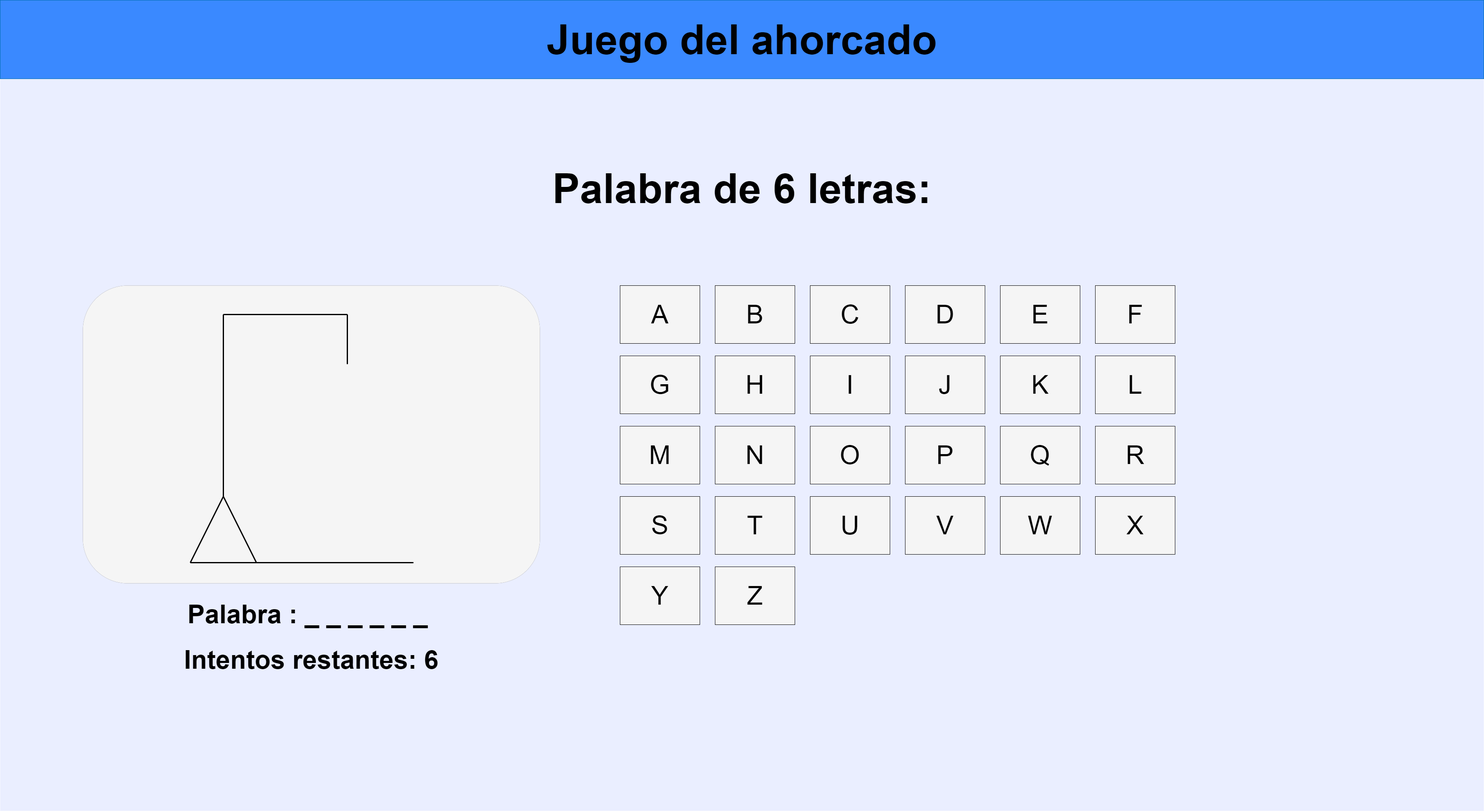
Above: images/mokup.drawio.png in nexphernandez/Ahorcado (draw.io), before the change. Source tidied: cells renumbered, new cells last; positions are measured from the earlier drawing's top-left corner, leaving out a move shared by most shapes. The source it was exported from:
```xml
<mxGraphModel>
  <root>
    <mxCell id="0" />
    <mxCell id="1" parent="0" />
    <mxCell id="2" style="group;fillColor=#EAEEFF;strokeColor=none;fillStyle=auto;gradientColor=none;gradientDirection=east;" parent="1" vertex="1">
      <mxGeometry width="3590" height="1960" as="geometry" />
    </mxCell>
    <mxCell id="3" style="rounded=0;whiteSpace=wrap;html=1;fillColor=#3A89FF;strokeColor=#006EAF;fontColor=#ffffff;" parent="2" vertex="1">
      <mxGeometry width="3590" height="190" as="geometry" />
    </mxCell>
    <mxCell id="4" style="group;" parent="2" vertex="1">
      <mxGeometry x="200" y="690" width="1106" height="720" as="geometry" />
    </mxCell>
    <mxCell id="5" style="rounded=1;whiteSpace=wrap;html=1;strokeWidth=0;fillColor=#f5f5f5;strokeColor=#666666;fontColor=#333333;" parent="4" vertex="1">
      <mxGeometry width="1106" height="720" as="geometry" />
    </mxCell>
    <mxCell id="6" style="group;" parent="4" vertex="1">
      <mxGeometry x="260" y="70" width="540" height="600" as="geometry" />
    </mxCell>
    <mxCell id="7" style="endArrow=none;html=1;rounded=0;strokeWidth=3;" parent="6" edge="1">
      <mxGeometry relative="1" as="geometry">
        <mxPoint y="600" as="sourcePoint" />
        <mxPoint x="540" y="600" as="targetPoint" />
      </mxGeometry>
    </mxCell>
    <mxCell id="8" style="endArrow=none;html=1;rounded=0;strokeWidth=3;" parent="6" edge="1">
      <mxGeometry relative="1" as="geometry">
        <mxPoint y="600" as="sourcePoint" />
        <mxPoint x="80" y="440" as="targetPoint" />
      </mxGeometry>
    </mxCell>
    <mxCell id="9" style="endArrow=none;html=1;rounded=0;strokeWidth=3;" parent="6" edge="1">
      <mxGeometry relative="1" as="geometry">
        <mxPoint x="160" y="600" as="sourcePoint" />
        <mxPoint x="80" y="440" as="targetPoint" />
      </mxGeometry>
    </mxCell>
    <mxCell id="10" style="endArrow=none;html=1;rounded=0;strokeWidth=3;" parent="6" edge="1">
      <mxGeometry relative="1" as="geometry">
        <mxPoint x="80" y="440" as="sourcePoint" />
        <mxPoint x="80" as="targetPoint" />
      </mxGeometry>
    </mxCell>
    <mxCell id="11" style="endArrow=none;html=1;rounded=0;strokeWidth=3;" parent="6" edge="1">
      <mxGeometry relative="1" as="geometry">
        <mxPoint x="80" as="sourcePoint" />
        <mxPoint x="380" as="targetPoint" />
      </mxGeometry>
    </mxCell>
    <mxCell id="12" style="endArrow=none;html=1;rounded=0;strokeWidth=3;" parent="6" edge="1">
      <mxGeometry relative="1" as="geometry">
        <mxPoint x="380" y="120" as="sourcePoint" />
        <mxPoint x="380" as="targetPoint" />
      </mxGeometry>
    </mxCell>
    <mxCell id="13" style="group;" parent="2" vertex="1">
      <mxGeometry x="1500" y="690" width="1930" height="1130" as="geometry" />
    </mxCell>
    <mxCell id="14" style="group;" parent="13" vertex="1">
      <mxGeometry width="1930" height="1130" as="geometry" />
    </mxCell>
    <mxCell id="15" value="&lt;font style=&quot;font-size: 63px;&quot;&gt;A&lt;/font&gt;" style="rounded=0;whiteSpace=wrap;html=1;fillColor=#F5F5F5;" parent="14" vertex="1">
      <mxGeometry width="193" height="140" as="geometry" />
    </mxCell>
    <mxCell id="16" value="&lt;font style=&quot;font-size: 63px;&quot;&gt;B&lt;/font&gt;" style="rounded=0;whiteSpace=wrap;html=1;fillColor=#F5F5F5;" parent="14" vertex="1">
      <mxGeometry x="230" width="193" height="140" as="geometry" />
    </mxCell>
    <mxCell id="17" value="&lt;font style=&quot;font-size: 63px;&quot;&gt;C&lt;/font&gt;" style="rounded=0;whiteSpace=wrap;html=1;fillColor=#F5F5F5;" parent="14" vertex="1">
      <mxGeometry x="460" width="193" height="140" as="geometry" />
    </mxCell>
    <mxCell id="18" value="&lt;font style=&quot;font-size: 63px;&quot;&gt;D&lt;/font&gt;" style="rounded=0;whiteSpace=wrap;html=1;fillColor=#F5F5F5;" parent="14" vertex="1">
      <mxGeometry x="690" width="193" height="140" as="geometry" />
    </mxCell>
    <mxCell id="19" value="&lt;font style=&quot;font-size: 63px;&quot;&gt;E&lt;/font&gt;" style="rounded=0;whiteSpace=wrap;html=1;fillColor=#F5F5F5;" parent="14" vertex="1">
      <mxGeometry x="920" width="193" height="140" as="geometry" />
    </mxCell>
    <mxCell id="20" value="&lt;font style=&quot;font-size: 63px;&quot;&gt;F&lt;/font&gt;" style="rounded=0;whiteSpace=wrap;html=1;fillColor=#F5F5F5;" parent="14" vertex="1">
      <mxGeometry x="1150" width="193" height="140" as="geometry" />
    </mxCell>
    <mxCell id="21" value="&lt;font style=&quot;font-size: 63px;&quot;&gt;G&lt;/font&gt;" style="rounded=0;whiteSpace=wrap;html=1;fillColor=#F5F5F5;" parent="14" vertex="1">
      <mxGeometry y="170" width="193" height="140" as="geometry" />
    </mxCell>
    <mxCell id="22" value="&lt;font style=&quot;font-size: 63px;&quot;&gt;H&lt;/font&gt;" style="rounded=0;whiteSpace=wrap;html=1;fillColor=#F5F5F5;" parent="14" vertex="1">
      <mxGeometry x="230" y="170" width="193" height="140" as="geometry" />
    </mxCell>
    <mxCell id="23" value="&lt;font style=&quot;font-size: 63px;&quot;&gt;I&lt;/font&gt;" style="rounded=0;whiteSpace=wrap;html=1;fillColor=#F5F5F5;" parent="14" vertex="1">
      <mxGeometry x="460" y="170" width="193" height="140" as="geometry" />
    </mxCell>
    <mxCell id="24" value="&lt;font style=&quot;font-size: 63px;&quot;&gt;J&lt;/font&gt;" style="rounded=0;whiteSpace=wrap;html=1;fillColor=#F5F5F5;" parent="14" vertex="1">
      <mxGeometry x="690" y="170" width="193" height="140" as="geometry" />
    </mxCell>
    <mxCell id="25" value="&lt;font style=&quot;font-size: 63px;&quot;&gt;K&lt;/font&gt;" style="rounded=0;whiteSpace=wrap;html=1;fillColor=#F5F5F5;" parent="14" vertex="1">
      <mxGeometry x="920" y="170" width="193" height="140" as="geometry" />
    </mxCell>
    <mxCell id="26" value="&lt;font style=&quot;font-size: 63px;&quot;&gt;L&lt;/font&gt;" style="rounded=0;whiteSpace=wrap;html=1;fillColor=#F5F5F5;" parent="14" vertex="1">
      <mxGeometry x="1150" y="170" width="193" height="140" as="geometry" />
    </mxCell>
    <mxCell id="27" value="&lt;font style=&quot;font-size: 63px;&quot;&gt;M&lt;/font&gt;" style="rounded=0;whiteSpace=wrap;html=1;fillColor=#F5F5F5;" parent="14" vertex="1">
      <mxGeometry y="340" width="193" height="140" as="geometry" />
    </mxCell>
    <mxCell id="28" value="&lt;font style=&quot;font-size: 63px;&quot;&gt;N&lt;/font&gt;" style="rounded=0;whiteSpace=wrap;html=1;fillColor=#F5F5F5;" parent="14" vertex="1">
      <mxGeometry x="230" y="340" width="193" height="140" as="geometry" />
    </mxCell>
    <mxCell id="29" value="&lt;font style=&quot;font-size: 63px;&quot;&gt;O&lt;/font&gt;" style="rounded=0;whiteSpace=wrap;html=1;fillColor=#F5F5F5;" parent="14" vertex="1">
      <mxGeometry x="460" y="340" width="193" height="140" as="geometry" />
    </mxCell>
    <mxCell id="30" value="&lt;font style=&quot;font-size: 63px;&quot;&gt;P&lt;/font&gt;" style="rounded=0;whiteSpace=wrap;html=1;fillColor=#F5F5F5;" parent="14" vertex="1">
      <mxGeometry x="690" y="340" width="193" height="140" as="geometry" />
    </mxCell>
    <mxCell id="31" value="&lt;font style=&quot;font-size: 63px;&quot;&gt;Q&lt;/font&gt;" style="rounded=0;whiteSpace=wrap;html=1;fillColor=#F5F5F5;" parent="14" vertex="1">
      <mxGeometry x="920" y="340" width="193" height="140" as="geometry" />
    </mxCell>
    <mxCell id="32" value="&lt;font style=&quot;font-size: 63px;&quot;&gt;R&lt;/font&gt;" style="rounded=0;whiteSpace=wrap;html=1;fillColor=#F5F5F5;" parent="14" vertex="1">
      <mxGeometry x="1150" y="340" width="193" height="140" as="geometry" />
    </mxCell>
    <mxCell id="33" value="&lt;font style=&quot;font-size: 63px;&quot;&gt;S&lt;/font&gt;" style="rounded=0;whiteSpace=wrap;html=1;fillColor=#F5F5F5;" parent="14" vertex="1">
      <mxGeometry y="510" width="193" height="140" as="geometry" />
    </mxCell>
    <mxCell id="34" value="&lt;font style=&quot;font-size: 63px;&quot;&gt;T&lt;/font&gt;" style="rounded=0;whiteSpace=wrap;html=1;fillColor=#F5F5F5;" parent="14" vertex="1">
      <mxGeometry x="230" y="510" width="193" height="140" as="geometry" />
    </mxCell>
    <mxCell id="35" value="&lt;font style=&quot;font-size: 63px;&quot;&gt;U&lt;/font&gt;" style="rounded=0;whiteSpace=wrap;html=1;fillColor=#F5F5F5;" parent="14" vertex="1">
      <mxGeometry x="460" y="510" width="193" height="140" as="geometry" />
    </mxCell>
    <mxCell id="36" value="&lt;font style=&quot;font-size: 63px;&quot;&gt;V&lt;/font&gt;" style="rounded=0;whiteSpace=wrap;html=1;fillColor=#F5F5F5;" parent="14" vertex="1">
      <mxGeometry x="690" y="510" width="193" height="140" as="geometry" />
    </mxCell>
    <mxCell id="37" value="&lt;font style=&quot;font-size: 63px;&quot;&gt;W&lt;/font&gt;" style="rounded=0;whiteSpace=wrap;html=1;fillColor=#F5F5F5;" parent="14" vertex="1">
      <mxGeometry x="920" y="510" width="193" height="140" as="geometry" />
    </mxCell>
    <mxCell id="38" value="&lt;font style=&quot;font-size: 63px;&quot;&gt;X&lt;/font&gt;" style="rounded=0;whiteSpace=wrap;html=1;fillColor=#F5F5F5;" parent="14" vertex="1">
      <mxGeometry x="1150" y="510" width="193" height="140" as="geometry" />
    </mxCell>
    <mxCell id="39" value="&lt;div style=&quot;text-align: start;&quot;&gt;&lt;span style=&quot;background-color: transparent; color: rgb(0, 0, 0); text-wrap: nowrap;&quot;&gt;&lt;font face=&quot;Helvetica&quot;&gt;Z&lt;/font&gt;&lt;/span&gt;&lt;/div&gt;" style="rounded=0;whiteSpace=wrap;html=1;fillColor=#F5F5F5;fontSize=63;" parent="14" vertex="1">
      <mxGeometry x="230" y="680" width="193" height="140" as="geometry" />
    </mxCell>
    <mxCell id="40" value="&lt;font style=&quot;font-size: 63px;&quot;&gt;Y&lt;/font&gt;" style="rounded=0;whiteSpace=wrap;html=1;fillColor=#F5F5F5;" parent="13" vertex="1">
      <mxGeometry y="680" width="193" height="140" as="geometry" />
    </mxCell>
    <mxCell id="41" value="&lt;font style=&quot;font-size: 63px;&quot;&gt;&lt;b&gt;Palabra : _ _ _ _ _ _&amp;nbsp;&lt;/b&gt;&lt;/font&gt;" style="text;html=1;align=center;verticalAlign=middle;whiteSpace=wrap;rounded=0;" parent="2" vertex="1">
      <mxGeometry x="153" y="1410" width="1200" height="150" as="geometry" />
    </mxCell>
    <mxCell id="42" value="&lt;font style=&quot;font-size: 63px;&quot;&gt;&lt;b&gt;Intentos restantes: 6&lt;/b&gt;&lt;/font&gt;" style="text;html=1;align=center;verticalAlign=middle;whiteSpace=wrap;rounded=0;" parent="2" vertex="1">
      <mxGeometry x="153" y="1520" width="1200" height="150" as="geometry" />
    </mxCell>
    <mxCell id="43" value="&lt;font style=&quot;font-size: 100px;&quot;&gt;&lt;b&gt;Juego del ahorcado&lt;/b&gt;&lt;/font&gt;" style="text;html=1;align=center;verticalAlign=middle;whiteSpace=wrap;rounded=0;" parent="2" vertex="1">
      <mxGeometry x="1195" y="20" width="1200" height="150" as="geometry" />
    </mxCell>
    <mxCell id="44" value="&lt;font style=&quot;font-size: 100px;&quot;&gt;&lt;b&gt;Palabra de 6 letras:&lt;/b&gt;&lt;/font&gt;" style="text;html=1;align=center;verticalAlign=middle;whiteSpace=wrap;rounded=0;" parent="2" vertex="1">
      <mxGeometry x="1195" y="380" width="1200" height="150" as="geometry" />
    </mxCell>
  </root>
</mxGraphModel>
```
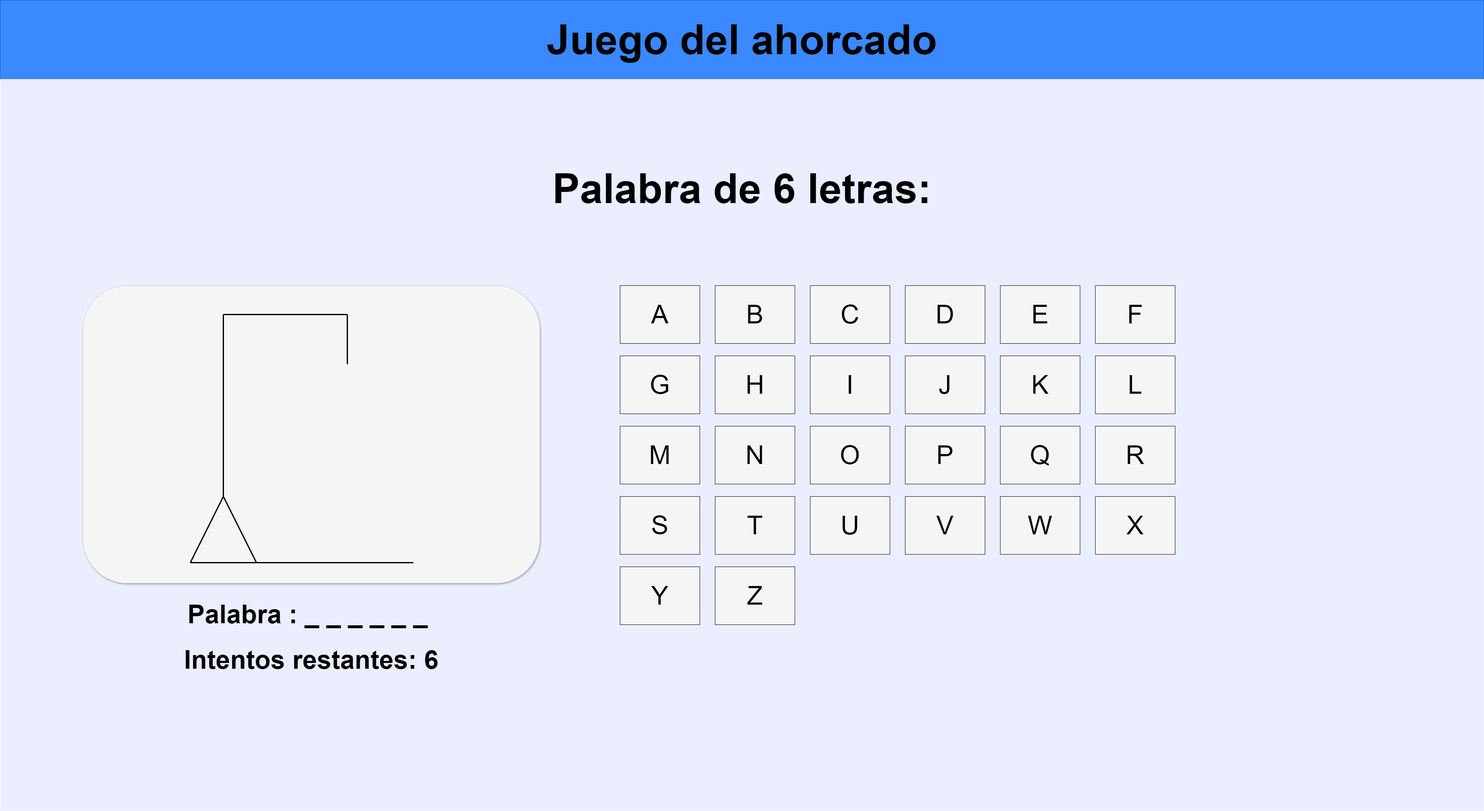
Above is the later version.

Change to the diagram source:
```diff
@@ -11,7 +11,7 @@
     <mxCell id="4" style="group;" parent="2" vertex="1">
       <mxGeometry x="200" y="690" width="1106" height="720" as="geometry" />
     </mxCell>
-    <mxCell id="5" style="rounded=1;whiteSpace=wrap;html=1;strokeWidth=0;fillColor=#f5f5f5;strokeColor=#666666;fontColor=#333333;" parent="4" vertex="1">
+    <mxCell id="5" style="rounded=1;whiteSpace=wrap;html=1;strokeWidth=0;fillColor=#f5f5f5;strokeColor=#666666;fontColor=#333333;shadow=1;" parent="4" vertex="1">
       <mxGeometry width="1106" height="720" as="geometry" />
     </mxCell>
     <mxCell id="6" style="group;" parent="4" vertex="1">
```
